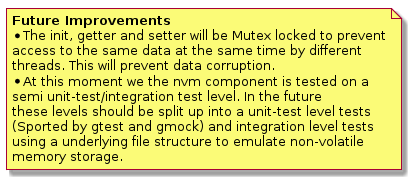
The PlantUML diagram doc/FutureImprovements.png in kevinwong1983/AttributeAllocationTable, before a commit.
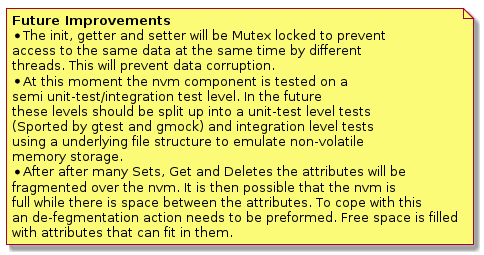
After the commit.

Commit message:
doc: updated future impovement

Change to the diagram source:
```diff
@@ -5,12 +5,17 @@
 	* The init, getter and setter will be Mutex locked to prevent
 	access to the same data at the same time by different
 	threads. This will prevent data corruption.
-	* At this moment we the nvm component is tested on a
+	* At this moment the nvm component is tested on a
 	semi unit-test/integration test level. In the future
 	these levels should be split up into a unit-test level tests
 	(Sported by gtest and gmock) and integration level tests
 	using a underlying file structure to emulate non-volatile
 	memory storage.
+	* After after many Sets, Get and Deletes the attributes will be
+	fragmented over the nvm. It is then possible that the nvm is
+	full while there is space between the attributes. To cope with this
+	an de-fegmentation action needs to be preformed. Free space is filled
+	with attributes that can fit in them.
 end note
 
 @enduml
```
